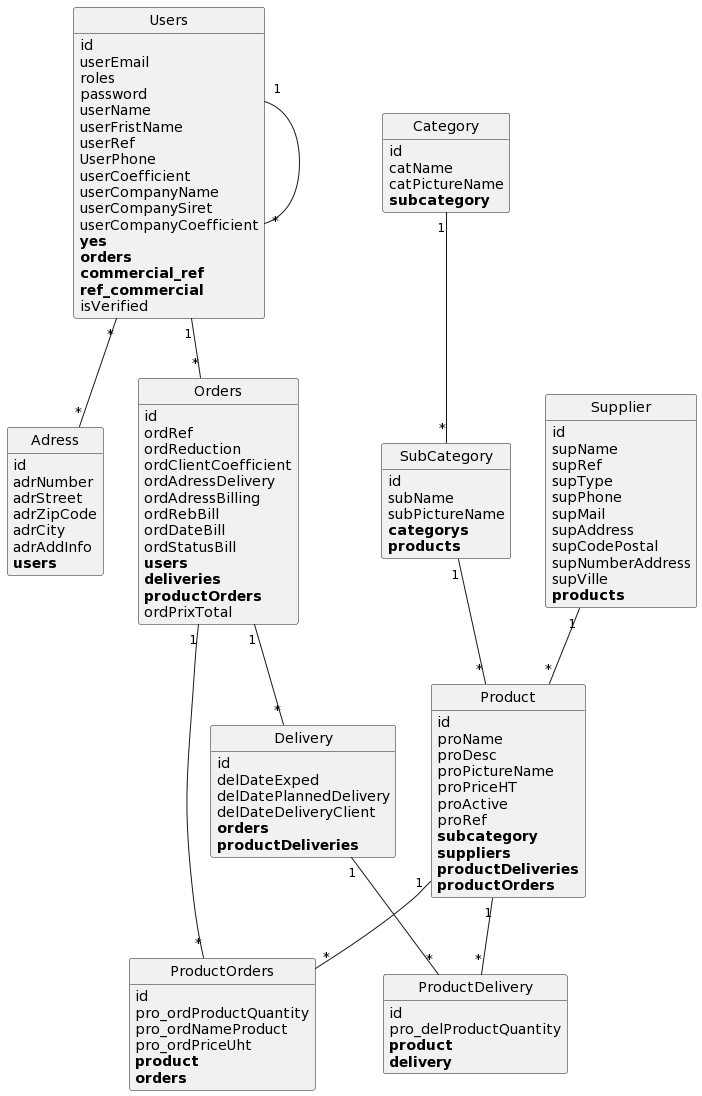
Debl0xMain/AppWeb keeps this PlantUML diagram as puml/index.png. Above is the earlier version.
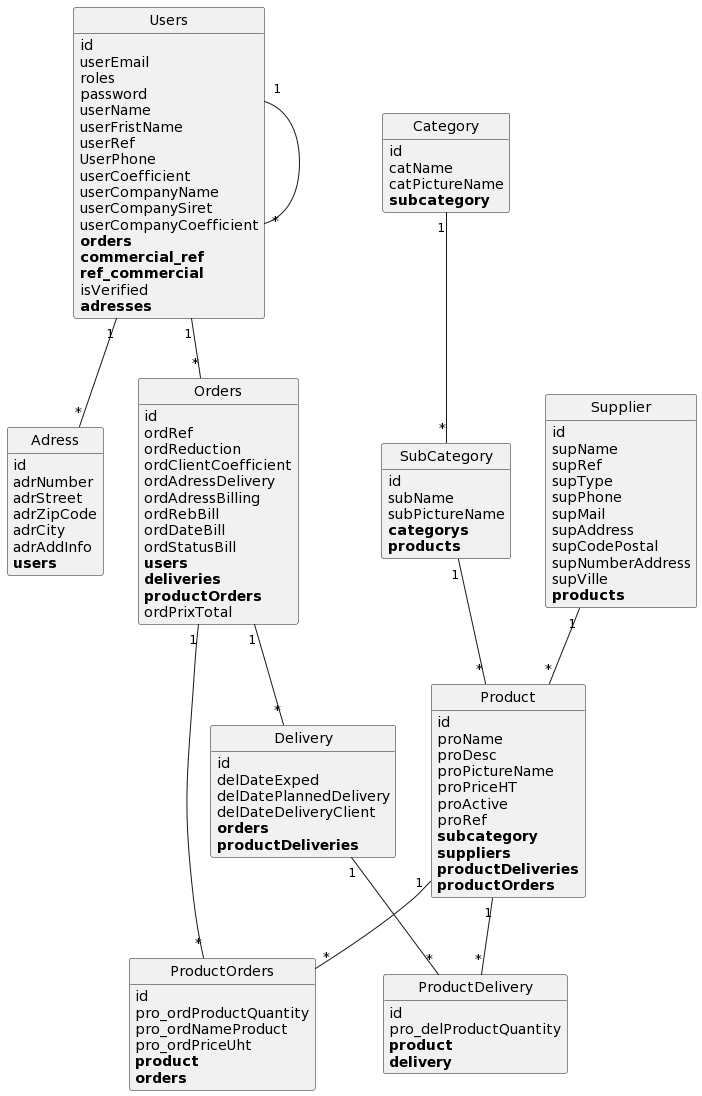
The same file after the commit.

The edit, as a diff of the source:
```diff
@@ -21,11 +21,11 @@
 	userCompanyName
 	userCompanySiret
 	userCompanyCoefficient
-	**yes**
 	**orders**
 	**commercial_ref**
 	**ref_commercial**
 	isVerified
+	**adresses**
 }
 
 class Category {
@@ -113,9 +113,9 @@
 	**products**
 }
 
-Users "*"--"*" Adress
 Users "1"--"*" Orders
 Users "1"--"*" Users
+Users "1"--"*" Adress
 Category "1"--"*" SubCategory
 Orders "1"--"*" Delivery
 Orders "1"--"*" ProductOrders
```
